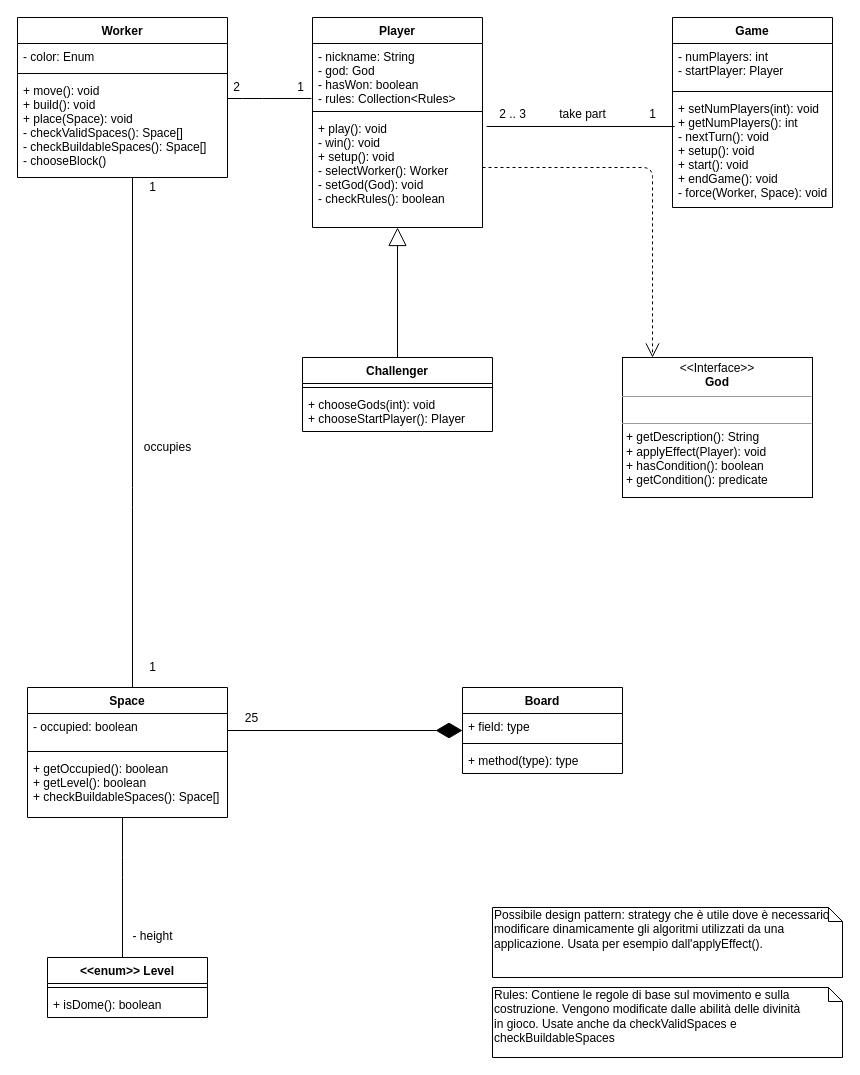
Earlier version of the draw.io diagram UML_Diagram.drawio (massitaverna/ing-sw-2020-taverna-sorrentino-stagnoli). Source tidied: cells renumbered, new cells numbered last; positions are measured from the earlier drawing's top-left corner, leaving out a move shared by most shapes. Both pictures are drawn from the tidied source at 100%, with x=0, y=0 at pixel (17, 17).
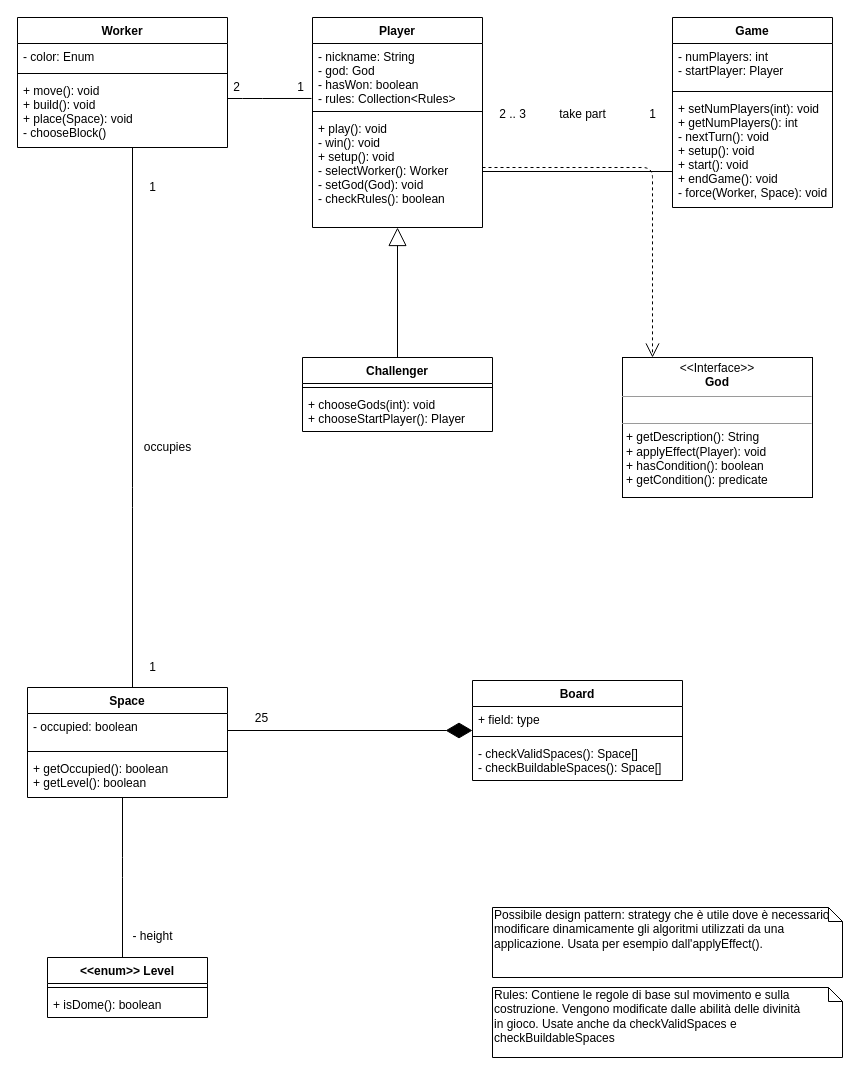
The same page after the edit.

Commit message:
Aggiornamento post laboratorio

The change refers to these unchanged cells:
```xml
<mxCell id="17" value="+ play(): void&#10;- win(): void&#10;+ setup(): void&#10;- selectWorker(): Worker&#10;- setGod(God): void&#10;- checkRules(): boolean" style="text;strokeColor=none;fillColor=none;align=left;verticalAlign=top;spacingLeft=4;spacingRight=4;overflow=hidden;points=[[0,0.5],[1,0.5]];portConstraint=eastwest;" parent="14" vertex="1">
  <mxGeometry y="98" width="170" height="112" as="geometry" />
</mxCell>
<mxCell id="21" value="+ setNumPlayers(int): void&#10;+ getNumPlayers(): int&#10;- nextTurn(): void&#10;+ setup(): void&#10;+ start(): void&#10;+ endGame(): void&#10;- force(Worker, Space): void" style="text;strokeColor=none;fillColor=none;align=left;verticalAlign=top;spacingLeft=4;spacingRight=4;overflow=hidden;points=[[0,0.5],[1,0.5]];portConstraint=eastwest;" parent="18" vertex="1">
  <mxGeometry y="78" width="160" height="112" as="geometry" />
</mxCell>
```

Diff of the diagram source:
```diff
@@
     <mxCell id="10" value="Worker" style="swimlane;fontStyle=1;align=center;verticalAlign=top;horizontal=1;startSize=26;" parent="1" vertex="1">
-      <mxGeometry width="210" height="160" as="geometry" />
+      <mxGeometry width="210" height="130" as="geometry" />
     </mxCell>
@@
-    <mxCell id="13" value="+ move(): void&#10;+ build(): void&#10;+ place(Space): void&#10;- checkValidSpaces(): Space[]&#10;- checkBuildableSpaces(): Space[]&#10;- chooseBlock()" style="text;strokeColor=none;fillColor=none;align=left;verticalAlign=top;spacingLeft=4;spacingRight=4;overflow=hidden;" parent="10" vertex="1">
-      <mxGeometry y="60" width="210" height="100" as="geometry" />
+    <mxCell id="13" value="+ move(): void&#10;+ build(): void&#10;+ place(Space): void&#10;- chooseBlock()" style="text;strokeColor=none;fillColor=none;align=left;verticalAlign=top;spacingLeft=4;spacingRight=4;overflow=hidden;" parent="10" vertex="1">
+      <mxGeometry y="60" width="210" height="70" as="geometry" />
     </mxCell>
@@
-    <mxCell id="28" style="endArrow=none;html=1;edgeStyle=orthogonalEdgeStyle;fontFamily=Helvetica;fontSize=11;fontColor=#000000;align=center;strokeColor=#000000;exitX=1.024;exitY=0.098;exitDx=0;exitDy=0;exitPerimeter=0;entryX=0.013;entryY=0.277;entryDx=0;entryDy=0;entryPerimeter=0;" parent="1" edge="1" source="17" target="21">
-      <mxGeometry relative="1" as="geometry" />
+    <mxCell id="28" style="endArrow=none;html=1;edgeStyle=orthogonalEdgeStyle;fontFamily=Helvetica;fontSize=11;fontColor=#000000;align=center;strokeColor=#000000;" parent="1" edge="1" source="17" target="21">
+      <mxGeometry relative="1" as="geometry">
+        <Array as="points">
+          <mxPoint x="655" y="109" />
+        </Array>
+      </mxGeometry>
     </mxCell>
@@
     <mxCell id="33" value="Space" style="swimlane;fontStyle=1;align=center;verticalAlign=top;horizontal=1;startSize=26;" parent="1" vertex="1">
-      <mxGeometry x="10" y="670" width="200" height="130" as="geometry" />
+      <mxGeometry x="10" y="670" width="200" height="110" as="geometry" />
     </mxCell>
@@
-    <mxCell id="36" value="+ getOccupied(): boolean&#10;+ getLevel(): boolean&#10;+ checkBuildableSpaces(): Space[]" style="text;strokeColor=none;fillColor=none;align=left;verticalAlign=top;spacingLeft=4;spacingRight=4;overflow=hidden;" parent="33" vertex="1">
-      <mxGeometry y="68" width="200" height="62" as="geometry" />
+    <mxCell id="36" value="+ getOccupied(): boolean&#10;+ getLevel(): boolean" style="text;strokeColor=none;fillColor=none;align=left;verticalAlign=top;spacingLeft=4;spacingRight=4;overflow=hidden;" parent="33" vertex="1">
+      <mxGeometry y="68" width="200" height="42" as="geometry" />
     </mxCell>
@@
     <mxCell id="44" value="Board" style="swimlane;fontStyle=1;align=center;verticalAlign=top;horizontal=1;startSize=26;" parent="1" vertex="1">
-      <mxGeometry x="445" y="670" width="160" height="86" as="geometry" />
+      <mxGeometry x="455" y="663" width="210" height="100" as="geometry" />
     </mxCell>
     <mxCell id="45" value="+ field: type" style="text;strokeColor=none;fillColor=none;align=left;verticalAlign=top;spacingLeft=4;spacingRight=4;overflow=hidden;" parent="44" vertex="1">
-      <mxGeometry y="26" width="160" height="26" as="geometry" />
+      <mxGeometry y="26" width="210" height="26" as="geometry" />
     </mxCell>
     <mxCell id="46" style="line;strokeWidth=1;fillColor=none;align=left;verticalAlign=middle;spacingTop=-1;spacingLeft=3;spacingRight=3;labelPosition=right;" parent="44" vertex="1">
-      <mxGeometry y="52" width="160" height="8" as="geometry" />
+      <mxGeometry y="52" width="210" height="8" as="geometry" />
     </mxCell>
-    <mxCell id="47" value="+ method(type): type" style="text;strokeColor=none;fillColor=none;align=left;verticalAlign=top;spacingLeft=4;spacingRight=4;overflow=hidden;" parent="44" vertex="1">
-      <mxGeometry y="60" width="160" height="26" as="geometry" />
+    <mxCell id="47" value="- checkValidSpaces(): Space[]&#10;- checkBuildableSpaces(): Space[]" style="text;strokeColor=none;fillColor=none;align=left;verticalAlign=top;spacingLeft=4;spacingRight=4;overflow=hidden;" parent="44" vertex="1">
+      <mxGeometry y="60" width="210" height="40" as="geometry" />
     </mxCell>
```
